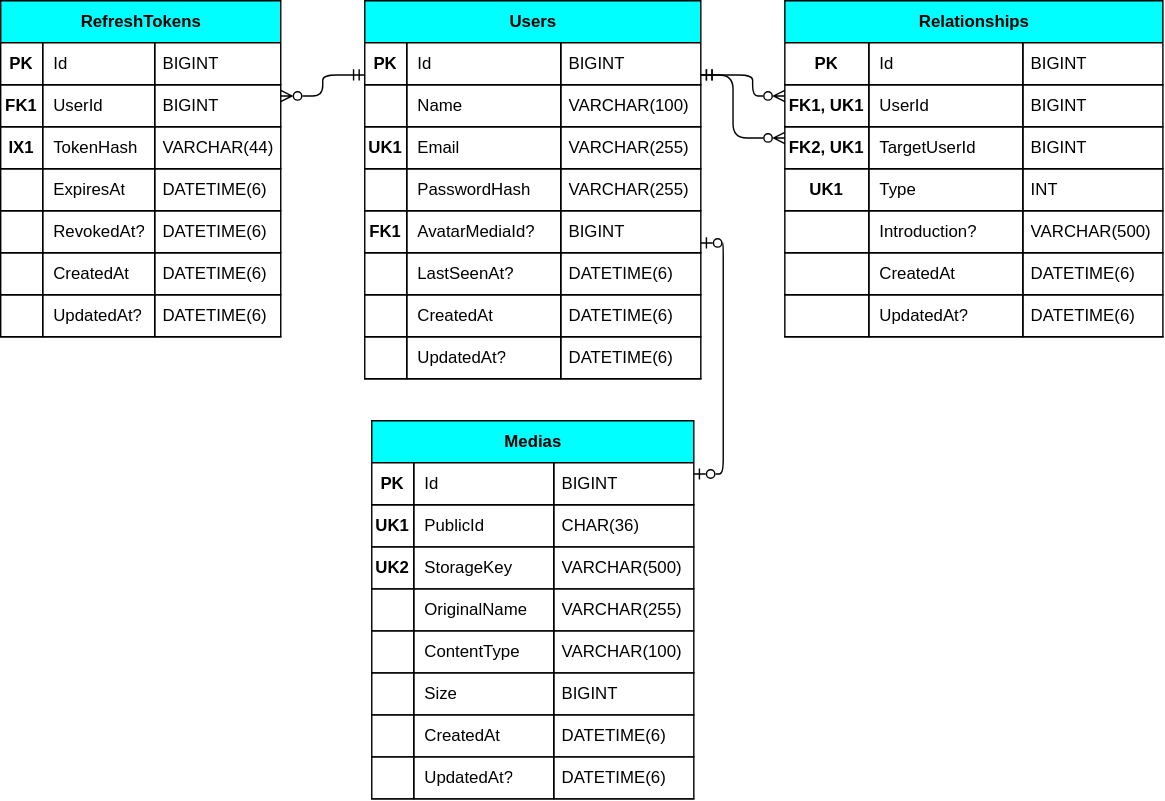
This is docs/erds/identity-and-relationship.drawio.svg from MinhKhoa05/RealtimeChat, a draw.io export, as it was before one commit. Source tidied: cells renumbered, new cells last; positions are measured from the earlier drawing's top-left corner, leaving out a move shared by most shapes.
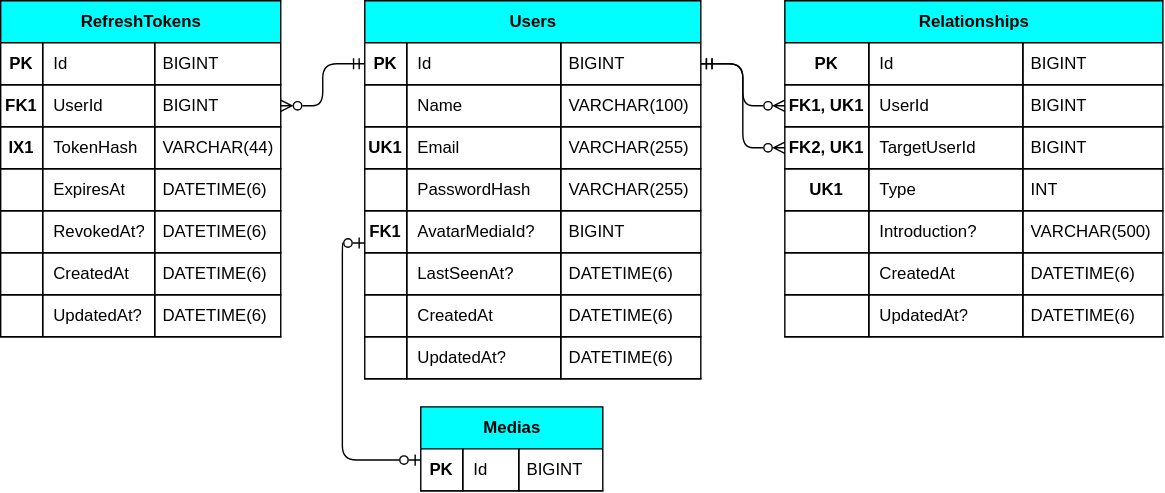
After the change.

Diff of the diagram source:
```diff
@@ -276,133 +276,34 @@
       <mxGeometry x="110" width="90" height="30" as="geometry" />
     </mxCell>
     <mxCell id="93" value="Medias" style="shape=table;startSize=30;rowLines=1;columnLines=1;fontStyle=1;align=center;html=1;rounded=0;fillColor=light-dark(#00ffff, #ededed);" parent="1" vertex="1">
-      <mxGeometry x="265" y="300" width="230" height="270" as="geometry" />
+      <mxGeometry x="300" y="290" width="130" height="60" as="geometry" />
     </mxCell>
     <mxCell id="94" style="shape=tableRow;horizontal=0;startSize=0;swimlaneHead=0;swimlaneBody=0;fillColor=none;points=[[0,0.5],[1,0.5]];portConstraint=eastwest;top=0;left=0;right=0;bottom=1;rounded=0;" parent="93" vertex="1">
-      <mxGeometry y="30" width="230" height="30" as="geometry" />
+      <mxGeometry y="30" width="130" height="30" as="geometry" />
     </mxCell>
     <mxCell id="95" value="PK" style="shape=partialRectangle;fillColor=none;top=0;left=0;bottom=0;overflow=hidden;whiteSpace=wrap;html=1;rounded=0;right=1;fontStyle=1;" parent="94" vertex="1">
       <mxGeometry width="30" height="30" as="geometry" />
     </mxCell>
     <mxCell id="96" value="Id" style="shape=partialRectangle;fillColor=none;top=0;left=0;bottom=0;overflow=hidden;whiteSpace=wrap;html=1;rounded=0;right=1;align=left;spacingLeft=6;" parent="94" vertex="1">
-      <mxGeometry x="30" width="100" height="30" as="geometry" />
+      <mxGeometry x="30" width="40" height="30" as="geometry" />
     </mxCell>
     <mxCell id="97" value="BIGINT" style="shape=partialRectangle;fillColor=none;top=0;left=0;bottom=0;overflow=hidden;whiteSpace=wrap;html=1;rounded=0;right=0;align=left;spacingLeft=4;" parent="94" vertex="1">
-      <mxGeometry x="130" width="100" height="30" as="geometry" />
+      <mxGeometry x="70" width="60" height="30" as="geometry" />
     </mxCell>
-    <mxCell id="98" style="shape=tableRow;horizontal=0;startSize=0;swimlaneHead=0;swimlaneBody=0;fillColor=none;top=0;left=0;right=0;bottom=1;rounded=0;" parent="93" vertex="1">
-      <mxGeometry y="60" width="230" height="30" as="geometry" />
-    </mxCell>
-    <mxCell id="99" value="&lt;b&gt;UK1&lt;/b&gt;" style="shape=partialRectangle;fillColor=none;top=0;left=0;bottom=0;overflow=hidden;whiteSpace=wrap;html=1;rounded=0;right=1;" parent="98" vertex="1">
-      <mxGeometry width="30" height="30" as="geometry" />
-    </mxCell>
-    <mxCell id="100" value="PublicId" style="shape=partialRectangle;fillColor=none;top=0;left=0;bottom=0;overflow=hidden;whiteSpace=wrap;html=1;rounded=0;right=1;align=left;spacingLeft=6;" parent="98" vertex="1">
-      <mxGeometry x="30" width="100" height="30" as="geometry" />
-    </mxCell>
-    <mxCell id="101" value="CHAR(36)" style="shape=partialRectangle;fillColor=none;top=0;left=0;bottom=0;overflow=hidden;whiteSpace=wrap;html=1;rounded=0;right=0;align=left;spacingLeft=4;" parent="98" vertex="1">
-      <mxGeometry x="130" width="100" height="30" as="geometry" />
-    </mxCell>
-    <mxCell id="102" style="shape=tableRow;horizontal=0;startSize=0;swimlaneHead=0;swimlaneBody=0;fillColor=none;top=0;left=0;right=0;bottom=1;rounded=0;" parent="93" vertex="1">
-      <mxGeometry y="90" width="230" height="30" as="geometry" />
-    </mxCell>
-    <mxCell id="103" value="&lt;b&gt;UK2&lt;/b&gt;" style="shape=partialRectangle;fillColor=none;top=0;left=0;bottom=0;overflow=hidden;whiteSpace=wrap;html=1;rounded=0;right=1;" parent="102" vertex="1">
-      <mxGeometry width="30" height="30" as="geometry" />
-    </mxCell>
-    <mxCell id="104" value="StorageKey" style="shape=partialRectangle;fillColor=none;top=0;left=0;bottom=0;overflow=hidden;whiteSpace=wrap;html=1;rounded=0;right=1;align=left;spacingLeft=6;" parent="102" vertex="1">
-      <mxGeometry x="30" width="100" height="30" as="geometry" />
-    </mxCell>
-    <mxCell id="105" value="VARCHAR(500)" style="shape=partialRectangle;fillColor=none;top=0;left=0;bottom=0;overflow=hidden;whiteSpace=wrap;html=1;rounded=0;right=0;align=left;spacingLeft=4;" parent="102" vertex="1">
-      <mxGeometry x="130" width="100" height="30" as="geometry" />
-    </mxCell>
-    <mxCell id="106" style="shape=tableRow;horizontal=0;startSize=0;swimlaneHead=0;swimlaneBody=0;fillColor=none;top=0;left=0;right=0;bottom=1;rounded=0;" parent="93" vertex="1">
-      <mxGeometry y="120" width="230" height="30" as="geometry" />
-    </mxCell>
-    <mxCell id="107" style="shape=partialRectangle;fillColor=none;top=0;left=0;bottom=0;overflow=hidden;whiteSpace=wrap;html=1;rounded=0;right=1;" parent="106" vertex="1">
-      <mxGeometry width="30" height="30" as="geometry" />
-    </mxCell>
-    <mxCell id="108" value="OriginalName" style="shape=partialRectangle;fillColor=none;top=0;left=0;bottom=0;overflow=hidden;whiteSpace=wrap;html=1;rounded=0;right=1;align=left;spacingLeft=6;" parent="106" vertex="1">
-      <mxGeometry x="30" width="100" height="30" as="geometry" />
-    </mxCell>
-    <mxCell id="109" value="VARCHAR(255)" style="shape=partialRectangle;fillColor=none;top=0;left=0;bottom=0;overflow=hidden;whiteSpace=wrap;html=1;rounded=0;right=0;align=left;spacingLeft=4;" parent="106" vertex="1">
-      <mxGeometry x="130" width="100" height="30" as="geometry" />
-    </mxCell>
-    <mxCell id="110" style="shape=tableRow;horizontal=0;startSize=0;swimlaneHead=0;swimlaneBody=0;fillColor=none;top=0;left=0;right=0;bottom=1;rounded=0;" parent="93" vertex="1">
-      <mxGeometry y="150" width="230" height="30" as="geometry" />
-    </mxCell>
-    <mxCell id="111" style="shape=partialRectangle;fillColor=none;top=0;left=0;bottom=0;overflow=hidden;whiteSpace=wrap;html=1;rounded=0;right=1;" parent="110" vertex="1">
-      <mxGeometry width="30" height="30" as="geometry" />
-    </mxCell>
-    <mxCell id="112" value="ContentType" style="shape=partialRectangle;fillColor=none;top=0;left=0;bottom=0;overflow=hidden;whiteSpace=wrap;html=1;rounded=0;right=1;align=left;spacingLeft=6;" parent="110" vertex="1">
-      <mxGeometry x="30" width="100" height="30" as="geometry" />
-    </mxCell>
-    <mxCell id="113" value="VARCHAR(100)" style="shape=partialRectangle;fillColor=none;top=0;left=0;bottom=0;overflow=hidden;whiteSpace=wrap;html=1;rounded=0;right=0;align=left;spacingLeft=4;" parent="110" vertex="1">
-      <mxGeometry x="130" width="100" height="30" as="geometry" />
-    </mxCell>
-    <mxCell id="114" style="shape=tableRow;horizontal=0;startSize=0;swimlaneHead=0;swimlaneBody=0;fillColor=none;top=0;left=0;right=0;bottom=1;rounded=0;" parent="93" vertex="1">
-      <mxGeometry y="180" width="230" height="30" as="geometry" />
-    </mxCell>
-    <mxCell id="115" style="shape=partialRectangle;fillColor=none;top=0;left=0;bottom=0;overflow=hidden;whiteSpace=wrap;html=1;rounded=0;right=1;" parent="114" vertex="1">
-      <mxGeometry width="30" height="30" as="geometry" />
-    </mxCell>
-    <mxCell id="116" value="Size" style="shape=partialRectangle;fillColor=none;top=0;left=0;bottom=0;overflow=hidden;whiteSpace=wrap;html=1;rounded=0;right=1;align=left;spacingLeft=6;" parent="114" vertex="1">
-      <mxGeometry x="30" width="100" height="30" as="geometry" />
-    </mxCell>
-    <mxCell id="117" value="BIGINT" style="shape=partialRectangle;fillColor=none;top=0;left=0;bottom=0;overflow=hidden;whiteSpace=wrap;html=1;rounded=0;right=0;align=left;spacingLeft=4;" parent="114" vertex="1">
-      <mxGeometry x="130" width="100" height="30" as="geometry" />
-    </mxCell>
-    <mxCell id="118" style="shape=tableRow;horizontal=0;startSize=0;swimlaneHead=0;swimlaneBody=0;fillColor=none;top=0;left=0;right=0;bottom=1;rounded=0;" parent="93" vertex="1">
-      <mxGeometry y="210" width="230" height="30" as="geometry" />
-    </mxCell>
-    <mxCell id="119" style="shape=partialRectangle;fillColor=none;top=0;left=0;bottom=0;overflow=hidden;whiteSpace=wrap;html=1;rounded=0;right=1;" parent="118" vertex="1">
-      <mxGeometry width="30" height="30" as="geometry" />
-    </mxCell>
-    <mxCell id="120" value="CreatedAt" style="shape=partialRectangle;fillColor=none;top=0;left=0;bottom=0;overflow=hidden;whiteSpace=wrap;html=1;rounded=0;right=1;align=left;spacingLeft=6;" parent="118" vertex="1">
-      <mxGeometry x="30" width="100" height="30" as="geometry" />
-    </mxCell>
-    <mxCell id="121" value="DATETIME(6)" style="shape=partialRectangle;fillColor=none;top=0;left=0;bottom=0;overflow=hidden;whiteSpace=wrap;html=1;rounded=0;right=0;align=left;spacingLeft=4;" parent="118" vertex="1">
-      <mxGeometry x="130" width="100" height="30" as="geometry" />
-    </mxCell>
-    <mxCell id="122" style="shape=tableRow;horizontal=0;startSize=0;swimlaneHead=0;swimlaneBody=0;fillColor=none;top=0;left=0;right=0;bottom=1;rounded=0;" parent="93" vertex="1">
-      <mxGeometry y="240" width="230" height="30" as="geometry" />
-    </mxCell>
-    <mxCell id="123" style="shape=partialRectangle;fillColor=none;top=0;left=0;bottom=0;overflow=hidden;whiteSpace=wrap;html=1;rounded=0;right=1;" parent="122" vertex="1">
-      <mxGeometry width="30" height="30" as="geometry" />
-    </mxCell>
-    <mxCell id="124" value="UpdatedAt?" style="shape=partialRectangle;fillColor=none;top=0;left=0;bottom=0;overflow=hidden;whiteSpace=wrap;html=1;rounded=0;right=1;align=left;spacingLeft=6;" parent="122" vertex="1">
-      <mxGeometry x="30" width="100" height="30" as="geometry" />
-    </mxCell>
-    <mxCell id="125" value="DATETIME(6)" style="shape=partialRectangle;fillColor=none;top=0;left=0;bottom=0;overflow=hidden;whiteSpace=wrap;html=1;rounded=0;right=0;align=left;spacingLeft=4;" parent="122" vertex="1">
-      <mxGeometry x="130" width="100" height="30" as="geometry" />
-    </mxCell>
     <mxCell id="126" style="edgeStyle=orthogonalEdgeStyle;fontSize=12;html=1;startArrow=ERzeroToMany;startFill=0;endArrow=ERmandOne;endFill=0;libavoidRouting=1;" parent="1" edge="1" source="69" target="3">
-      <mxGeometry relative="1" as="geometry">
-        <Array as="points">
-          <mxPoint x="230" y="68" />
-          <mxPoint x="230" y="53" />
-        </Array>
-      </mxGeometry>
+      <mxGeometry relative="1" as="geometry" />
     </mxCell>
     <mxCell id="127" style="edgeStyle=orthogonalEdgeStyle;fontSize=12;html=1;startArrow=ERzeroToMany;startFill=0;endArrow=ERmandOne;endFill=0;libavoidRouting=1;" parent="1" edge="1" source="40" target="3">
-      <mxGeometry relative="1" as="geometry">
-        <Array as="points">
-          <mxPoint x="537" y="68" />
-          <mxPoint x="537" y="53" />
-        </Array>
-      </mxGeometry>
+      <mxGeometry relative="1" as="geometry" />
     </mxCell>
     <mxCell id="128" style="edgeStyle=orthogonalEdgeStyle;fontSize=12;html=1;startArrow=ERzeroToMany;startFill=0;endArrow=ERmandOne;endFill=0;libavoidRouting=1;" parent="1" edge="1" source="44" target="3">
-      <mxGeometry relative="1" as="geometry">
-        <Array as="points">
-          <mxPoint x="523" y="98" />
-          <mxPoint x="523" y="53" />
-        </Array>
-      </mxGeometry>
+      <mxGeometry relative="1" as="geometry" />
     </mxCell>
     <mxCell id="129" style="edgeStyle=orthogonalEdgeStyle;fontSize=12;html=1;startArrow=ERzeroToOne;startFill=0;endArrow=ERzeroToOne;endFill=0;libavoidRouting=1;" parent="1" edge="1" source="19" target="94">
       <mxGeometry relative="1" as="geometry">
         <Array as="points">
-          <mxPoint x="516" y="173" />
-          <mxPoint x="516" y="338" />
+          <mxPoint x="244" y="173" />
+          <mxPoint x="244" y="328" />
         </Array>
       </mxGeometry>
     </mxCell>
```
